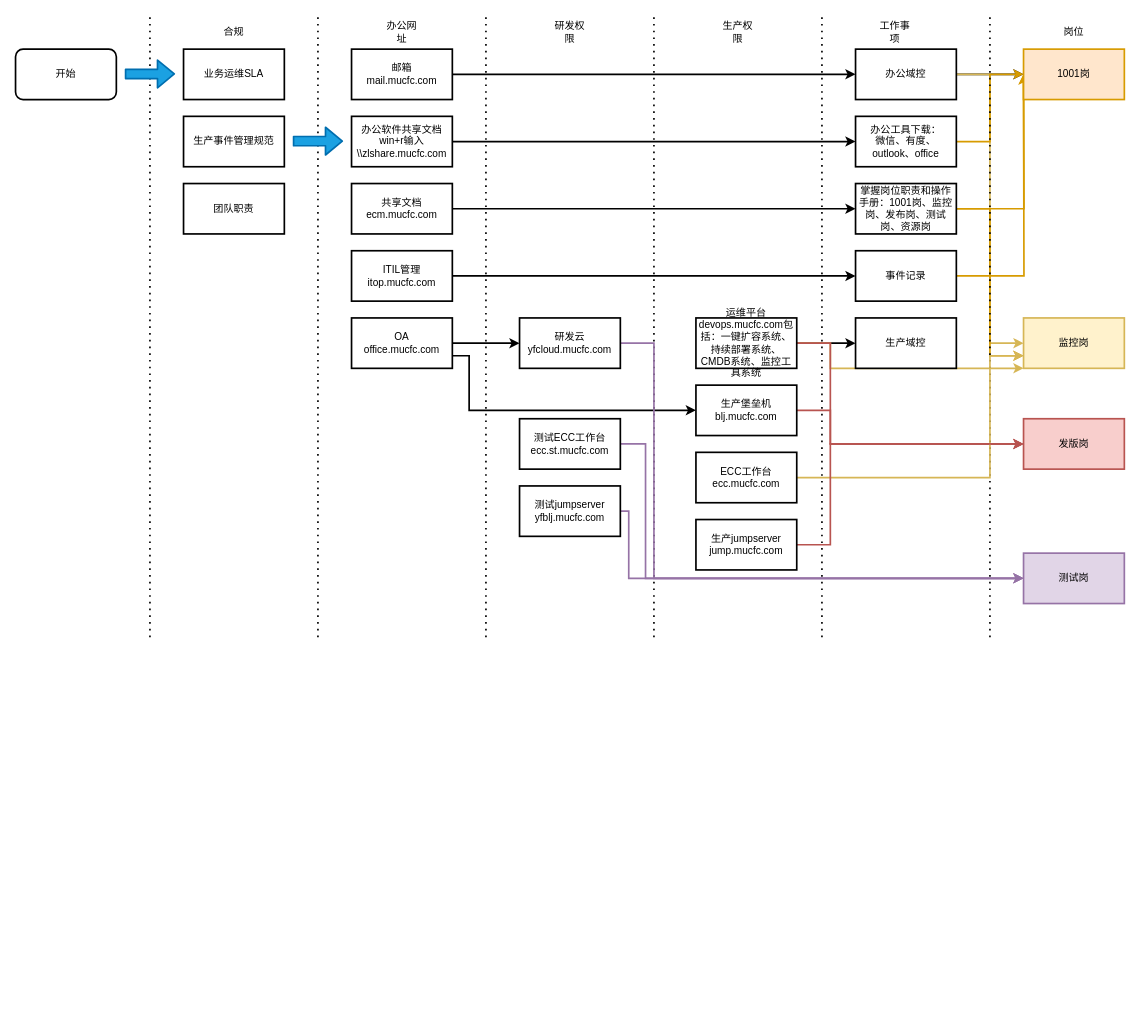
dclarken/draw.io keeps this draw.io diagram as 新人培训能力树 Diagram.drawio. Above is the earlier version. Source tidied: cells renumbered, new cells numbered last; positions are measured from the earlier drawing's top-left corner, leaving out a move shared by most shapes. Both pictures are drawn from the tidied source at 84%, with x=0, y=0 at pixel (15, 15).
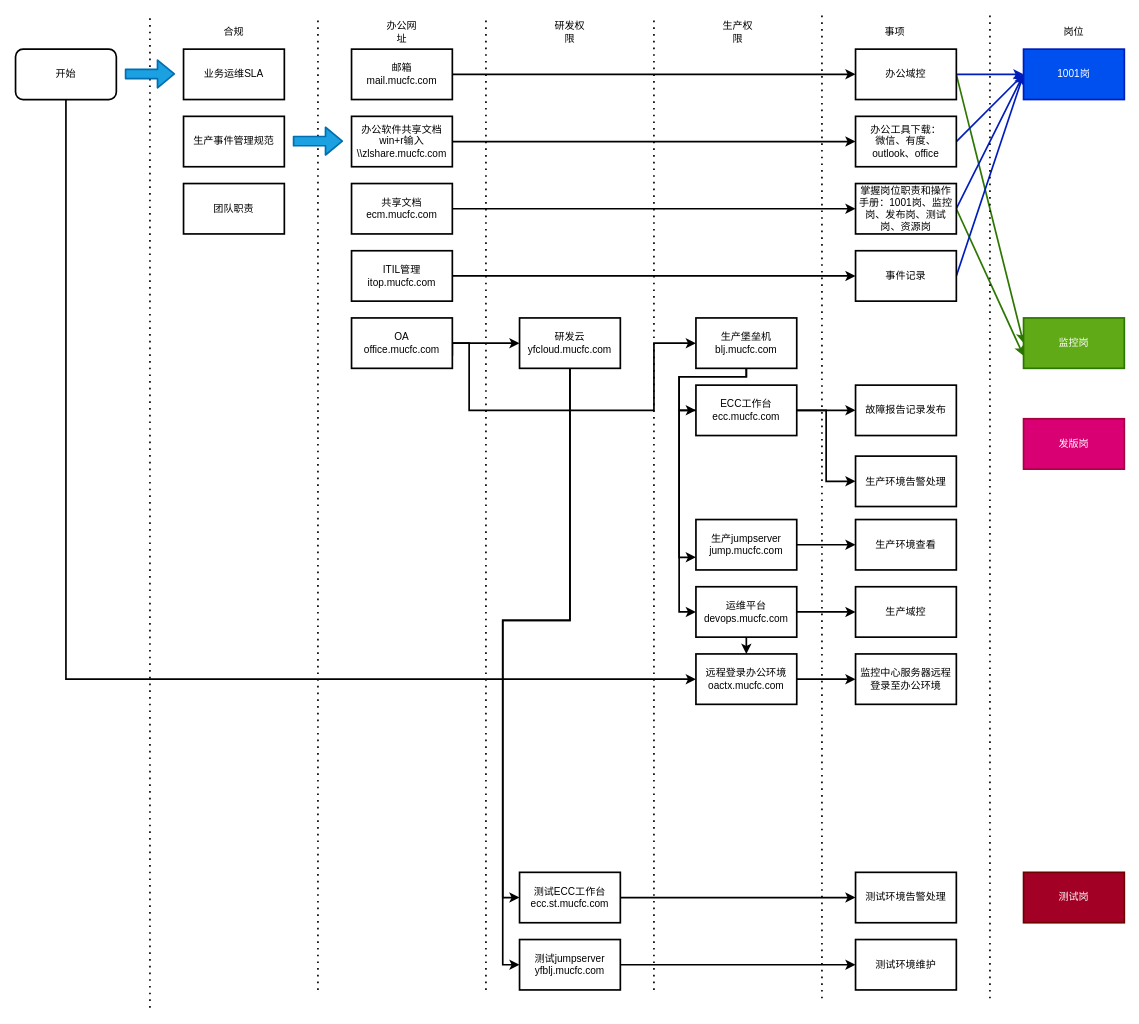
The same diagram, later.

Commit message (it also covers changes not shown here):
Update 新人培训能力树 Diagram.drawio

Unchanged cells that the change refers to:
```xml
<mxCell id="2" value="开始" style="rounded=1;whiteSpace=wrap;html=1;strokeWidth=2;" parent="1" vertex="1">
  <mxGeometry y="40" width="120" height="60" as="geometry" />
</mxCell>
<mxCell id="17" value="办公域控" style="rounded=0;whiteSpace=wrap;html=1;strokeWidth=2;" parent="1" vertex="1">
  <mxGeometry x="1000" y="40" width="120" height="60" as="geometry" />
</mxCell>
<mxCell id="20" value="OA&lt;br&gt;office.mucfc.com" style="rounded=0;whiteSpace=wrap;html=1;strokeWidth=2;" parent="1" vertex="1">
  <mxGeometry x="400" y="360" width="120" height="60" as="geometry" />
</mxCell>
<mxCell id="29" value="研发云&lt;br&gt;yfcloud.mucfc.com" style="rounded=0;whiteSpace=wrap;html=1;strokeWidth=2;" parent="1" vertex="1">
  <mxGeometry x="600" y="360" width="120" height="60" as="geometry" />
</mxCell>
<mxCell id="35" value="办公工具下载：&lt;br&gt;微信、有度、outlook、office" style="rounded=0;whiteSpace=wrap;html=1;strokeWidth=2;" parent="1" vertex="1">
  <mxGeometry x="1000" y="120" width="120" height="60" as="geometry" />
</mxCell>
<mxCell id="38" value="掌握岗位职责和操作手册：1001岗、监控岗、发布岗、测试岗、资源岗" style="rounded=0;whiteSpace=wrap;html=1;strokeWidth=2;" parent="1" vertex="1">
  <mxGeometry x="1000" y="200" width="120" height="60" as="geometry" />
</mxCell>
<mxCell id="40" value="事件记录" style="rounded=0;whiteSpace=wrap;html=1;strokeWidth=2;" parent="1" vertex="1">
  <mxGeometry x="1000" y="280" width="120" height="60" as="geometry" />
</mxCell>
<mxCell id="58" value="生产jumpserver&lt;br&gt;jump.mucfc.com" style="rounded=0;whiteSpace=wrap;html=1;strokeWidth=2;" parent="1" vertex="1">
  <mxGeometry x="810" y="600" width="120" height="60" as="geometry" />
</mxCell>
```

The edit, as a diff of the source:
```diff
@@
+    <mxCell id="62" style="edgeStyle=orthogonalEdgeStyle;rounded=0;jettySize=auto;html=1;exitX=0.5;exitY=1;exitDx=0;exitDy=0;entryX=0;entryY=0.5;entryDx=0;entryDy=0;strokeWidth=2;" parent="1" edge="1" source="2" target="80">
+      <mxGeometry relative="1" as="geometry" />
+    </mxCell>
@@
     <mxCell id="3" style="endArrow=none;dashed=1;html=1;dashPattern=1 3;strokeWidth=2;" parent="1" edge="1">
       <mxGeometry relative="1" as="geometry">
-        <mxPoint x="360" y="740" as="sourcePoint" />
+        <mxPoint x="360" y="1160" as="sourcePoint" />
         <mxPoint x="360" as="targetPoint" />
       </mxGeometry>
     </mxCell>
@@
     <mxCell id="5" style="endArrow=none;dashed=1;html=1;dashPattern=1 3;strokeWidth=2;" parent="1" edge="1">
       <mxGeometry relative="1" as="geometry">
-        <mxPoint x="560" y="740" as="sourcePoint" />
+        <mxPoint x="560" y="1160" as="sourcePoint" />
         <mxPoint x="560" as="targetPoint" />
       </mxGeometry>
     </mxCell>
     <mxCell id="6" style="endArrow=none;dashed=1;html=1;dashPattern=1 3;strokeWidth=2;" parent="1" edge="1">
       <mxGeometry relative="1" as="geometry">
-        <mxPoint x="760" y="740" as="sourcePoint" />
+        <mxPoint x="760" y="1160" as="sourcePoint" />
         <mxPoint x="760" as="targetPoint" />
       </mxGeometry>
     </mxCell>
@@
     <mxCell id="10" style="endArrow=none;dashed=1;html=1;dashPattern=1 3;strokeWidth=2;" parent="1" edge="1">
       <mxGeometry relative="1" as="geometry">
-        <mxPoint x="160" y="740" as="sourcePoint" />
+        <mxPoint x="160" y="1181.2" as="sourcePoint" />
         <mxPoint x="160" as="targetPoint" />
       </mxGeometry>
     </mxCell>
@@
-    <mxCell id="15" style="edgeStyle=orthogonalEdgeStyle;rounded=0;jettySize=auto;html=1;entryX=0;entryY=0.5;entryDx=0;entryDy=0;strokeWidth=2;" parent="1" edge="1" source="17" target="43">
+    <mxCell id="15" style="rounded=0;jettySize=auto;html=1;entryX=0;entryY=0.5;entryDx=0;entryDy=0;strokeWidth=2;fillColor=#0050ef;strokeColor=#001DBC;" parent="1" edge="1" source="17" target="43">
       <mxGeometry relative="1" as="geometry" />
     </mxCell>
-    <mxCell id="16" style="edgeStyle=orthogonalEdgeStyle;rounded=0;jettySize=auto;html=1;exitX=1;exitY=0.5;exitDx=0;exitDy=0;entryX=0;entryY=0.5;entryDx=0;entryDy=0;fillColor=#fff2cc;strokeColor=#d6b656;strokeWidth=2;" parent="1" edge="1" source="17" target="59">
+    <mxCell id="16" style="rounded=0;jettySize=auto;html=1;exitX=1;exitY=0.5;exitDx=0;exitDy=0;entryX=0;entryY=0.5;entryDx=0;entryDy=0;fillColor=#60a917;strokeColor=#2D7600;strokeWidth=2;" parent="1" edge="1" source="17" target="59">
       <mxGeometry relative="1" as="geometry" />
     </mxCell>
@@
     <mxCell id="19" style="edgeStyle=orthogonalEdgeStyle;rounded=0;jettySize=auto;html=1;exitX=1;exitY=0.75;exitDx=0;exitDy=0;entryX=0;entryY=0.5;entryDx=0;entryDy=0;strokeWidth=2;" parent="1" edge="1" source="20" target="31">
       <mxGeometry relative="1" as="geometry">
         <Array as="points">
-          <mxPoint x="540" y="405" />
+          <mxPoint x="520" y="390" />
+          <mxPoint x="540" y="390" />
           <mxPoint x="540" y="470" />
+          <mxPoint x="760" y="470" />
+          <mxPoint x="760" y="390" />
         </Array>
       </mxGeometry>
     </mxCell>
@@
     <mxCell id="27" style="endArrow=none;dashed=1;html=1;dashPattern=1 3;strokeWidth=2;" parent="1" edge="1">
       <mxGeometry relative="1" as="geometry">
-        <mxPoint x="960" y="740" as="sourcePoint" />
+        <mxPoint x="960" y="1170" as="sourcePoint" />
         <mxPoint x="960" as="targetPoint" />
       </mxGeometry>
     </mxCell>
-    <mxCell id="28" style="edgeStyle=orthogonalEdgeStyle;rounded=0;jettySize=auto;html=1;entryX=0;entryY=0.5;entryDx=0;entryDy=0;strokeWidth=2;fillColor=#e1d5e7;strokeColor=#9673a6;" parent="1" edge="1" source="29" target="61">
-      <mxGeometry relative="1" as="geometry">
-        <Array as="points">
-          <mxPoint x="760" y="390" />
-          <mxPoint x="760" y="670" />
-        </Array>
-      </mxGeometry>
-    </mxCell>
+    <mxCell id="63" style="edgeStyle=orthogonalEdgeStyle;rounded=0;jettySize=auto;html=1;strokeWidth=2;entryX=0;entryY=0.5;entryDx=0;entryDy=0;" parent="1" edge="1" source="29" target="52">
+      <mxGeometry relative="1" as="geometry" />
+    </mxCell>
+    <mxCell id="64" style="edgeStyle=orthogonalEdgeStyle;rounded=0;jettySize=auto;html=1;exitX=0.5;exitY=1;exitDx=0;exitDy=0;entryX=0;entryY=0.5;entryDx=0;entryDy=0;strokeWidth=2;" parent="1" edge="1" source="29" target="54">
+      <mxGeometry relative="1" as="geometry">
+        <Array as="points">
+          <mxPoint x="660" y="720" />
+          <mxPoint x="580" y="720" />
+          <mxPoint x="580" y="1130" />
+        </Array>
+      </mxGeometry>
+    </mxCell>
@@
-    <mxCell id="30" style="edgeStyle=orthogonalEdgeStyle;rounded=0;jettySize=auto;html=1;exitX=1;exitY=0.5;exitDx=0;exitDy=0;fillColor=#f8cecc;strokeColor=#b85450;strokeWidth=2;" parent="1" edge="1" source="31">
-      <mxGeometry relative="1" as="geometry">
-        <mxPoint x="1200" y="510" as="targetPoint" />
-        <Array as="points">
-          <mxPoint x="970" y="470" />
-          <mxPoint x="970" y="510" />
-        </Array>
-      </mxGeometry>
-    </mxCell>
+    <mxCell id="65" style="edgeStyle=orthogonalEdgeStyle;rounded=0;jettySize=auto;html=1;exitX=0.5;exitY=1;exitDx=0;exitDy=0;entryX=0;entryY=0.5;entryDx=0;entryDy=0;strokeWidth=2;" parent="1" edge="1" source="31" target="56">
+      <mxGeometry relative="1" as="geometry">
+        <Array as="points">
+          <mxPoint x="870" y="430" />
+          <mxPoint x="790" y="430" />
+          <mxPoint x="790" y="470" />
+        </Array>
+      </mxGeometry>
+    </mxCell>
     <mxCell id="31" value="生产堡垒机&lt;br&gt;blj.mucfc.com" style="rounded=0;whiteSpace=wrap;html=1;strokeWidth=2;" parent="1" vertex="1">
-      <mxGeometry x="810" y="440" width="120" height="60" as="geometry" />
+      <mxGeometry x="810" y="360" width="120" height="60" as="geometry" />
     </mxCell>
@@
-    <mxCell id="33" value="工作事项" style="text;html=1;strokeColor=none;fillColor=none;align=center;verticalAlign=middle;whiteSpace=wrap;rounded=0;strokeWidth=2;" parent="1" vertex="1">
+    <mxCell id="33" value="事项" style="text;html=1;strokeColor=none;fillColor=none;align=center;verticalAlign=middle;whiteSpace=wrap;rounded=0;strokeWidth=2;" parent="1" vertex="1">
       <mxGeometry x="1027" y="10" width="40" height="20" as="geometry" />
     </mxCell>
-    <mxCell id="34" style="edgeStyle=orthogonalEdgeStyle;rounded=0;jettySize=auto;html=1;exitX=1;exitY=0.5;exitDx=0;exitDy=0;entryX=0;entryY=0.5;entryDx=0;entryDy=0;fillColor=#ffe6cc;strokeColor=#d79b00;strokeWidth=2;" parent="1" edge="1" source="35" target="43">
+    <mxCell id="34" style="rounded=0;jettySize=auto;html=1;exitX=1;exitY=0.5;exitDx=0;exitDy=0;entryX=0;entryY=0.5;entryDx=0;entryDy=0;fillColor=#0050ef;strokeColor=#001DBC;strokeWidth=2;" parent="1" edge="1" source="35" target="43">
       <mxGeometry relative="1" as="geometry" />
     </mxCell>
@@
-    <mxCell id="36" style="edgeStyle=orthogonalEdgeStyle;rounded=0;jettySize=auto;html=1;exitX=1;exitY=0.5;exitDx=0;exitDy=0;fillColor=#ffe6cc;strokeColor=#d79b00;strokeWidth=2;" parent="1" edge="1" source="38">
+    <mxCell id="36" style="rounded=0;jettySize=auto;html=1;exitX=1;exitY=0.5;exitDx=0;exitDy=0;fillColor=#0050ef;strokeColor=#001DBC;strokeWidth=2;" parent="1" edge="1" source="38">
       <mxGeometry relative="1" as="geometry">
         <mxPoint x="1200" y="70" as="targetPoint" />
       </mxGeometry>
     </mxCell>
-    <mxCell id="37" style="edgeStyle=orthogonalEdgeStyle;rounded=0;jettySize=auto;html=1;exitX=1;exitY=0.5;exitDx=0;exitDy=0;entryX=0;entryY=0.75;entryDx=0;entryDy=0;fillColor=#ffe6cc;strokeColor=#d79b00;strokeWidth=2;" parent="1" edge="1" source="38" target="59">
+    <mxCell id="37" style="rounded=0;jettySize=auto;html=1;exitX=1;exitY=0.5;exitDx=0;exitDy=0;entryX=0;entryY=0.75;entryDx=0;entryDy=0;fillColor=#60a917;strokeColor=#2D7600;strokeWidth=2;" parent="1" edge="1" source="38" target="59">
       <mxGeometry relative="1" as="geometry" />
     </mxCell>
@@
-    <mxCell id="39" style="edgeStyle=orthogonalEdgeStyle;rounded=0;jettySize=auto;html=1;exitX=1;exitY=0.5;exitDx=0;exitDy=0;fillColor=#ffe6cc;strokeColor=#d79b00;strokeWidth=2;" parent="1" edge="1" source="40">
+    <mxCell id="39" style="rounded=0;jettySize=auto;html=1;exitX=1;exitY=0.5;exitDx=0;exitDy=0;fillColor=#0050ef;strokeColor=#001DBC;strokeWidth=2;" parent="1" edge="1" source="40">
       <mxGeometry relative="1" as="geometry">
         <mxPoint x="1200" y="70" as="targetPoint" />
       </mxGeometry>
     </mxCell>
@@
     <mxCell id="41" style="endArrow=none;dashed=1;html=1;dashPattern=1 3;strokeWidth=2;" parent="1" edge="1">
       <mxGeometry relative="1" as="geometry">
-        <mxPoint x="1160" y="740" as="sourcePoint" />
+        <mxPoint x="1160" y="1170" as="sourcePoint" />
         <mxPoint x="1160" as="targetPoint" />
       </mxGeometry>
     </mxCell>
@@
-    <mxCell id="43" value="1001岗" style="rounded=0;whiteSpace=wrap;html=1;fillColor=#ffe6cc;strokeColor=#d79b00;strokeWidth=2;" parent="1" vertex="1">
+    <mxCell id="43" value="1001岗" style="rounded=0;whiteSpace=wrap;html=1;fillColor=#0050ef;strokeColor=#001DBC;strokeWidth=2;fontColor=#ffffff;" parent="1" vertex="1">
       <mxGeometry x="1200" y="40" width="120" height="60" as="geometry" />
     </mxCell>
@@
-    <mxCell id="46" style="edgeStyle=orthogonalEdgeStyle;rounded=0;jettySize=auto;html=1;exitX=1;exitY=0.5;exitDx=0;exitDy=0;entryX=0;entryY=1;entryDx=0;entryDy=0;fillColor=#fff2cc;strokeColor=#d6b656;strokeWidth=2;" parent="1" edge="1" source="48" target="59">
-      <mxGeometry relative="1" as="geometry">
-        <Array as="points">
-          <mxPoint x="970" y="390" />
-          <mxPoint x="970" y="420" />
-        </Array>
-      </mxGeometry>
-    </mxCell>
-    <mxCell id="47" style="edgeStyle=orthogonalEdgeStyle;rounded=0;jettySize=auto;html=1;exitX=1;exitY=0.5;exitDx=0;exitDy=0;entryX=0;entryY=0.5;entryDx=0;entryDy=0;fillColor=#f8cecc;strokeColor=#b85450;strokeWidth=2;" parent="1" edge="1" source="48" target="60">
-      <mxGeometry relative="1" as="geometry">
-        <Array as="points">
-          <mxPoint x="970" y="390" />
-          <mxPoint x="970" y="510" />
-        </Array>
-      </mxGeometry>
-    </mxCell>
+    <mxCell id="66" style="edgeStyle=orthogonalEdgeStyle;rounded=0;jettySize=auto;html=1;exitX=0.5;exitY=1;exitDx=0;exitDy=0;entryX=0.5;entryY=0;entryDx=0;entryDy=0;strokeWidth=2;" parent="1" edge="1" source="48" target="80">
+      <mxGeometry relative="1" as="geometry" />
+    </mxCell>
-    <mxCell id="48" value="运维平台devops.mucfc.com包括：一键扩容系统、持续部署系统、CMDB系统、监控工具系统" style="rounded=0;whiteSpace=wrap;html=1;strokeWidth=2;" parent="1" vertex="1">
-      <mxGeometry x="810" y="360" width="120" height="60" as="geometry" />
+    <mxCell id="48" value="运维平台devops.mucfc.com" style="rounded=0;whiteSpace=wrap;html=1;strokeWidth=2;" parent="1" vertex="1">
+      <mxGeometry x="810" y="680" width="120" height="60" as="geometry" />
     </mxCell>
     <mxCell id="49" value="生产域控" style="rounded=0;whiteSpace=wrap;html=1;strokeWidth=2;" parent="1" vertex="1">
-      <mxGeometry x="1000" y="360" width="120" height="60" as="geometry" />
+      <mxGeometry x="1000" y="680" width="120" height="60" as="geometry" />
     </mxCell>
@@
-    <mxCell id="51" style="edgeStyle=orthogonalEdgeStyle;rounded=0;jettySize=auto;html=1;exitX=1;exitY=0.5;exitDx=0;exitDy=0;entryX=0;entryY=0.5;entryDx=0;entryDy=0;strokeWidth=2;fillColor=#e1d5e7;strokeColor=#9673a6;" parent="1" edge="1" source="52" target="61">
-      <mxGeometry relative="1" as="geometry">
-        <Array as="points">
-          <mxPoint x="750" y="510" />
-          <mxPoint x="750" y="670" />
-        </Array>
-      </mxGeometry>
-    </mxCell>
+    <mxCell id="67" style="edgeStyle=orthogonalEdgeStyle;rounded=0;jettySize=auto;html=1;entryX=0;entryY=0.5;entryDx=0;entryDy=0;strokeWidth=2;" parent="1" edge="1" source="52" target="74">
+      <mxGeometry relative="1" as="geometry" />
+    </mxCell>
     <mxCell id="52" value="测试ECC工作台&lt;br&gt;ecc.st.mucfc.com" style="rounded=0;whiteSpace=wrap;html=1;strokeWidth=2;" parent="1" vertex="1">
-      <mxGeometry x="600" y="480" width="120" height="60" as="geometry" />
+      <mxGeometry x="600" y="1020" width="120" height="60" as="geometry" />
     </mxCell>
-    <mxCell id="53" style="edgeStyle=orthogonalEdgeStyle;rounded=0;jettySize=auto;html=1;exitX=1;exitY=0.5;exitDx=0;exitDy=0;entryX=0;entryY=0.5;entryDx=0;entryDy=0;fillColor=#e1d5e7;strokeColor=#9673a6;strokeWidth=2;" parent="1" edge="1" source="54" target="61">
-      <mxGeometry relative="1" as="geometry">
-        <Array as="points">
-          <mxPoint x="730" y="590" />
-          <mxPoint x="730" y="670" />
-        </Array>
-      </mxGeometry>
-    </mxCell>
+    <mxCell id="68" style="edgeStyle=orthogonalEdgeStyle;rounded=0;jettySize=auto;html=1;entryX=0;entryY=0.5;entryDx=0;entryDy=0;strokeWidth=2;" parent="1" edge="1" source="54" target="75">
+      <mxGeometry relative="1" as="geometry" />
+    </mxCell>
     <mxCell id="54" value="测试jumpserver&lt;br&gt;yfblj.mucfc.com" style="rounded=0;whiteSpace=wrap;html=1;strokeWidth=2;" parent="1" vertex="1">
-      <mxGeometry x="600" y="560" width="120" height="60" as="geometry" />
+      <mxGeometry x="600" y="1100" width="120" height="60" as="geometry" />
     </mxCell>
-    <mxCell id="55" style="edgeStyle=orthogonalEdgeStyle;rounded=0;jettySize=auto;html=1;entryX=0;entryY=0.75;entryDx=0;entryDy=0;fillColor=#fff2cc;strokeColor=#d6b656;strokeWidth=2;" parent="1" edge="1" source="56" target="59">
-      <mxGeometry relative="1" as="geometry">
-        <Array as="points">
-          <mxPoint x="1160" y="550" />
-          <mxPoint x="1160" y="405" />
-        </Array>
-      </mxGeometry>
-    </mxCell>
+    <mxCell id="69" style="edgeStyle=none;rounded=0;jettySize=auto;html=1;entryX=0;entryY=0.5;entryDx=0;entryDy=0;strokeWidth=2;" parent="1" edge="1" source="56" target="77">
+      <mxGeometry relative="1" as="geometry" />
+    </mxCell>
+    <mxCell id="70" style="edgeStyle=orthogonalEdgeStyle;rounded=0;jettySize=auto;html=1;entryX=0;entryY=0.5;entryDx=0;entryDy=0;strokeWidth=2;" parent="1" edge="1" source="56" target="78">
+      <mxGeometry relative="1" as="geometry" />
+    </mxCell>
+    <mxCell id="71" style="edgeStyle=orthogonalEdgeStyle;rounded=0;jettySize=auto;html=1;entryX=0;entryY=0.75;entryDx=0;entryDy=0;strokeWidth=2;" parent="1" edge="1" target="58">
+      <mxGeometry relative="1" as="geometry">
+        <mxPoint x="870" y="420" as="sourcePoint" />
+        <Array as="points">
+          <mxPoint x="870" y="430" />
+          <mxPoint x="790" y="430" />
+          <mxPoint x="790" y="645" />
+        </Array>
+      </mxGeometry>
+    </mxCell>
+    <mxCell id="72" style="edgeStyle=orthogonalEdgeStyle;rounded=0;jettySize=auto;html=1;entryX=0;entryY=0.5;entryDx=0;entryDy=0;strokeWidth=2;" parent="1" edge="1" source="56" target="48">
+      <mxGeometry relative="1" as="geometry">
+        <Array as="points">
+          <mxPoint x="790" y="470" />
+          <mxPoint x="790" y="710" />
+        </Array>
+      </mxGeometry>
+    </mxCell>
     <mxCell id="56" value="ECC工作台&lt;br&gt;ecc.mucfc.com" style="rounded=0;whiteSpace=wrap;html=1;strokeWidth=2;" parent="1" vertex="1">
-      <mxGeometry x="810" y="520" width="120" height="60" as="geometry" />
+      <mxGeometry x="810" y="440" width="120" height="60" as="geometry" />
     </mxCell>
-    <mxCell id="57" style="edgeStyle=orthogonalEdgeStyle;rounded=0;jettySize=auto;html=1;entryX=0;entryY=0.5;entryDx=0;entryDy=0;fillColor=#f8cecc;strokeColor=#b85450;strokeWidth=2;" parent="1" edge="1" source="58" target="60">
-      <mxGeometry relative="1" as="geometry">
-        <Array as="points">
-          <mxPoint x="970" y="630" />
-          <mxPoint x="970" y="510" />
-        </Array>
-      </mxGeometry>
-    </mxCell>
+    <mxCell id="73" style="edgeStyle=orthogonalEdgeStyle;rounded=0;jettySize=auto;html=1;entryX=0;entryY=0.5;entryDx=0;entryDy=0;strokeWidth=2;" parent="1" edge="1" source="58" target="76">
+      <mxGeometry relative="1" as="geometry" />
+    </mxCell>
@@
-    <mxCell id="59" value="监控岗" style="rounded=0;whiteSpace=wrap;html=1;fillColor=#fff2cc;strokeColor=#d6b656;strokeWidth=2;" parent="1" vertex="1">
+    <mxCell id="59" value="监控岗" style="rounded=0;whiteSpace=wrap;html=1;fillColor=#60a917;strokeColor=#2D7600;strokeWidth=2;fontColor=#ffffff;" parent="1" vertex="1">
       <mxGeometry x="1200" y="360" width="120" height="60" as="geometry" />
     </mxCell>
-    <mxCell id="60" value="发版岗" style="rounded=0;whiteSpace=wrap;html=1;fillColor=#f8cecc;strokeColor=#b85450;strokeWidth=2;" parent="1" vertex="1">
+    <mxCell id="60" value="发版岗" style="rounded=0;whiteSpace=wrap;html=1;fillColor=#d80073;strokeColor=#A50040;strokeWidth=2;fontColor=#ffffff;" parent="1" vertex="1">
       <mxGeometry x="1200" y="480" width="120" height="60" as="geometry" />
     </mxCell>
-    <mxCell id="61" value="测试岗" style="rounded=0;whiteSpace=wrap;html=1;fillColor=#e1d5e7;strokeColor=#9673a6;strokeWidth=2;" parent="1" vertex="1">
-      <mxGeometry x="1200" y="640" width="120" height="60" as="geometry" />
+    <mxCell id="61" value="测试岗" style="rounded=0;whiteSpace=wrap;html=1;fillColor=#a20025;strokeColor=#6F0000;strokeWidth=2;fontColor=#ffffff;" parent="1" vertex="1">
+      <mxGeometry x="1200" y="1020" width="120" height="60" as="geometry" />
     </mxCell>
+    <mxCell id="74" value="测试环境告警处理" style="rounded=0;whiteSpace=wrap;html=1;strokeWidth=2;" parent="1" vertex="1">
+      <mxGeometry x="1000" y="1020" width="120" height="60" as="geometry" />
+    </mxCell>
+    <mxCell id="75" value="测试环境维护" style="rounded=0;whiteSpace=wrap;html=1;strokeWidth=2;" parent="1" vertex="1">
+      <mxGeometry x="1000" y="1100" width="120" height="60" as="geometry" />
+    </mxCell>
+    <mxCell id="76" value="生产环境查看" style="rounded=0;whiteSpace=wrap;html=1;strokeWidth=2;" parent="1" vertex="1">
+      <mxGeometry x="1000" y="600" width="120" height="60" as="geometry" />
+    </mxCell>
+    <mxCell id="77" value="故障报告记录发布" style="rounded=0;whiteSpace=wrap;html=1;strokeWidth=2;" parent="1" vertex="1">
+      <mxGeometry x="1000" y="440" width="120" height="60" as="geometry" />
+    </mxCell>
+    <mxCell id="78" value="生产环境告警处理" style="rounded=0;whiteSpace=wrap;html=1;strokeWidth=2;" parent="1" vertex="1">
+      <mxGeometry x="1000" y="524.5" width="120" height="60" as="geometry" />
+    </mxCell>
+    <mxCell id="79" style="edgeStyle=orthogonalEdgeStyle;rounded=0;jettySize=auto;html=1;strokeWidth=2;" parent="1" edge="1" source="80" target="81">
+      <mxGeometry relative="1" as="geometry" />
+    </mxCell>
+    <mxCell id="80" value="远程登录办公环境&lt;br&gt;oactx.mucfc.com" style="rounded=0;whiteSpace=wrap;html=1;strokeWidth=2;" parent="1" vertex="1">
+      <mxGeometry x="810" y="760" width="120" height="60" as="geometry" />
+    </mxCell>
+    <mxCell id="81" value="监控中心服务器远程登录至办公环境" style="whiteSpace=wrap;html=1;rounded=0;strokeWidth=2;" parent="1" vertex="1">
+      <mxGeometry x="1000" y="760" width="120" height="60" as="geometry" />
+    </mxCell>
+    <mxCell id="82" style="edgeStyle=orthogonalEdgeStyle;rounded=0;orthogonalLoop=1;jettySize=auto;html=1;exitX=0.5;exitY=1;exitDx=0;exitDy=0;strokeWidth=2;" parent="1" edge="1" source="31" target="31">
+      <mxGeometry relative="1" as="geometry" />
+    </mxCell>
```
